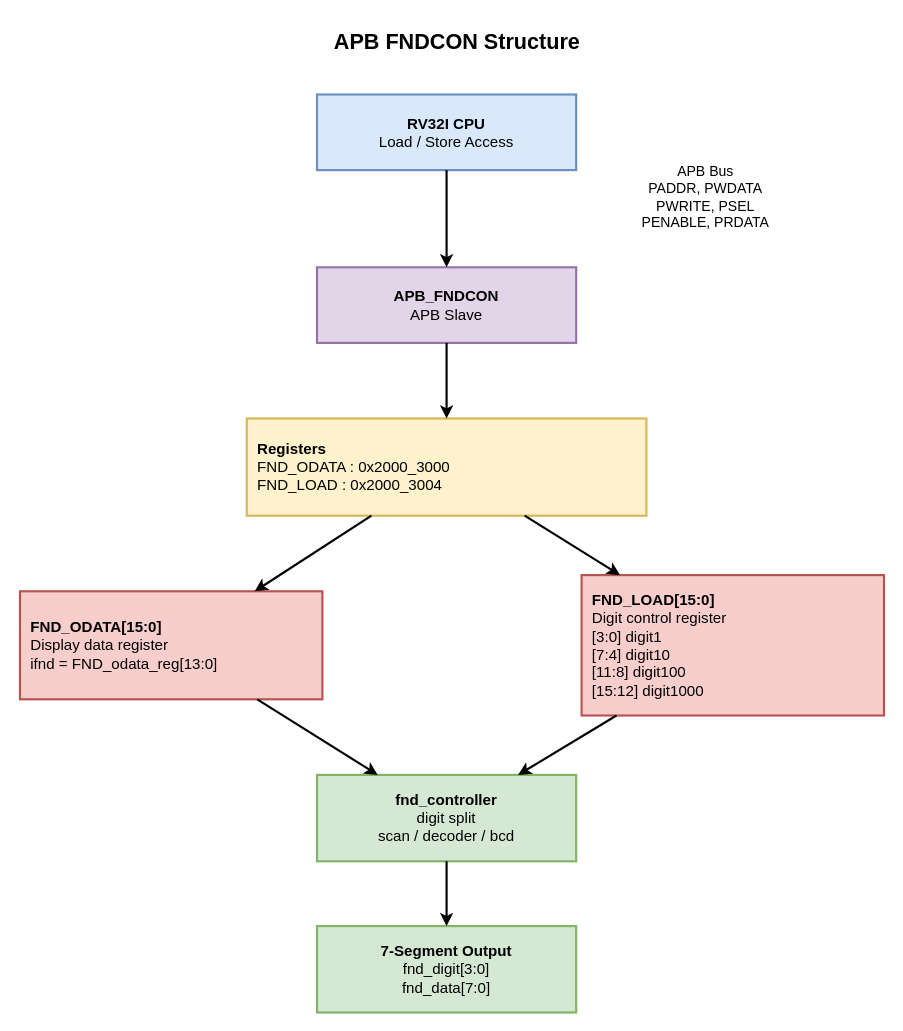
Earlier version of the draw.io diagram fnd_peripheral_block.drawio (chieftain4202/Vivado). Source tidied: cells renumbered, new cells numbered last; positions are measured from the earlier drawing's top-left corner, leaving out a move shared by most shapes. Both pictures are drawn from the tidied source at 108%, with x=0, y=0 at pixel (19, 18).
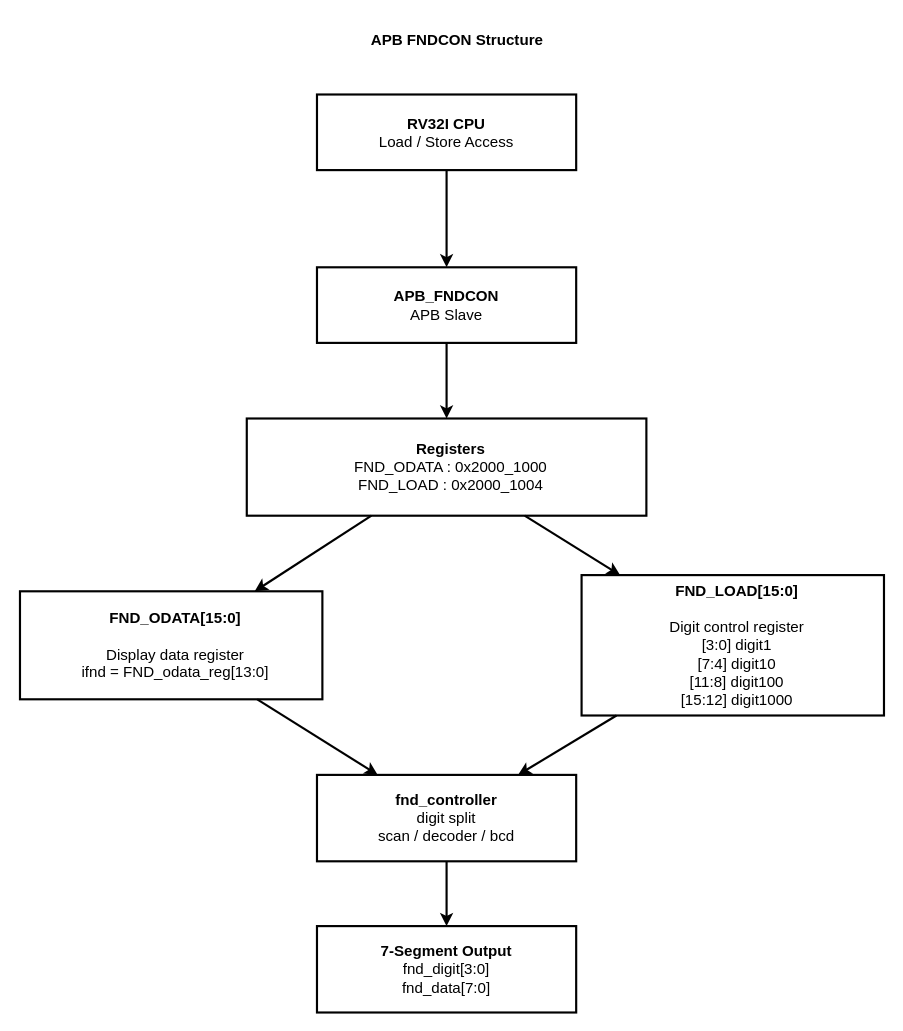
Above is the later version.

Diff of the diagram source:
```diff
@@
 <mxGraphModel>
   <root>
     <mxCell id="0" />
     <mxCell id="1" parent="0" />
-    <mxCell id="2" value="&lt;font style=&quot;font-size: 20px;&quot;&gt;&lt;b&gt;APB FNDCON Structure&lt;/b&gt;&lt;/font&gt;" style="text;html=1;strokeColor=none;fillColor=none;align=center;verticalAlign=middle;whiteSpace=wrap;rounded=0;" parent="1" vertex="1">
+    <mxCell id="2" value="&lt;font&gt;&lt;b&gt;APB FNDCON Structure&lt;/b&gt;&lt;/font&gt;" style="text;html=1;strokeColor=none;fillColor=none;align=center;verticalAlign=middle;whiteSpace=wrap;rounded=0;fontSize=14;" parent="1" vertex="1">
       <mxGeometry x="245" width="320" height="40" as="geometry" />
     </mxCell>
-    <mxCell id="3" value="&lt;b&gt;RV32I CPU&lt;/b&gt;&lt;div&gt;Load / Store Access&lt;/div&gt;" style="rounded=0;whiteSpace=wrap;html=1;strokeWidth=2;fillColor=#dae8fc;strokeColor=#6c8ebf;fontSize=14;" parent="1" vertex="1">
+    <mxCell id="3" value="&lt;b&gt;RV32I CPU&lt;/b&gt;&lt;div&gt;Load / Store Access&lt;/div&gt;" style="rounded=0;whiteSpace=wrap;html=1;strokeWidth=2;fontSize=14;align=center;" parent="1" vertex="1">
       <mxGeometry x="275" y="70" width="240" height="70" as="geometry" />
     </mxCell>
-    <mxCell id="4" value="&lt;b&gt;APB_FNDCON&lt;/b&gt;&lt;div&gt;APB Slave&lt;/div&gt;" style="rounded=0;whiteSpace=wrap;html=1;strokeWidth=2;fillColor=#e1d5e7;strokeColor=#9673a6;fontSize=14;" parent="1" vertex="1">
+    <mxCell id="4" value="&lt;b&gt;APB_FNDCON&lt;/b&gt;&lt;div&gt;APB Slave&lt;/div&gt;" style="rounded=0;whiteSpace=wrap;html=1;strokeWidth=2;fontSize=14;align=center;" parent="1" vertex="1">
       <mxGeometry x="275" y="230" width="240" height="70" as="geometry" />
     </mxCell>
-    <mxCell id="5" value="&lt;b&gt;Registers&lt;/b&gt;&lt;div&gt;FND_ODATA : 0x2000_3000&lt;/div&gt;&lt;div&gt;FND_LOAD : 0x2000_3004&lt;/div&gt;" style="rounded=0;whiteSpace=wrap;html=1;strokeWidth=2;fillColor=#fff2cc;strokeColor=#d6b656;fontSize=14;align=left;spacingLeft=8;" parent="1" vertex="1">
+    <mxCell id="5" value="&lt;b&gt;Registers&lt;/b&gt;&lt;div&gt;FND_ODATA : 0x2000_1000&lt;/div&gt;&lt;div&gt;FND_LOAD : 0x2000_1004&lt;/div&gt;" style="rounded=0;whiteSpace=wrap;html=1;strokeWidth=2;fontSize=14;align=center;spacingLeft=8;" parent="1" vertex="1">
       <mxGeometry x="210" y="370" width="370" height="90" as="geometry" />
     </mxCell>
-    <mxCell id="6" value="&lt;b&gt;FND_ODATA[15:0]&lt;/b&gt;&lt;div&gt;Display data register&lt;/div&gt;&lt;div&gt;ifnd = FND_odata_reg[13:0]&lt;/div&gt;" style="rounded=0;whiteSpace=wrap;html=1;strokeWidth=2;fillColor=#f8cecc;strokeColor=#b85450;fontSize=14;align=left;spacingLeft=8;" parent="1" vertex="1">
+    <mxCell id="6" value="&lt;b&gt;FND_ODATA[15:0]&lt;/b&gt;&lt;div&gt;&lt;b&gt;&lt;br&gt;&lt;/b&gt;&lt;div&gt;Display data register&lt;/div&gt;&lt;div&gt;ifnd = FND_odata_reg[13:0]&lt;/div&gt;&lt;/div&gt;" style="rounded=0;whiteSpace=wrap;html=1;strokeWidth=2;fontSize=14;align=center;spacingLeft=8;" parent="1" vertex="1">
       <mxGeometry y="530" width="280" height="100" as="geometry" />
     </mxCell>
-    <mxCell id="7" value="&lt;b&gt;FND_LOAD[15:0]&lt;/b&gt;&lt;div&gt;Digit control register&lt;/div&gt;&lt;div&gt;[3:0] digit1&lt;/div&gt;&lt;div&gt;[7:4] digit10&lt;/div&gt;&lt;div&gt;[11:8] digit100&lt;/div&gt;&lt;div&gt;[15:12] digit1000&lt;/div&gt;" style="rounded=0;whiteSpace=wrap;html=1;strokeWidth=2;fillColor=#f8cecc;strokeColor=#b85450;fontSize=14;align=left;spacingLeft=8;" parent="1" vertex="1">
+    <mxCell id="7" value="&lt;b&gt;FND_LOAD[15:0]&lt;/b&gt;&lt;div&gt;&lt;b&gt;&lt;br&gt;&lt;/b&gt;&lt;div&gt;Digit control register&lt;/div&gt;&lt;div&gt;[3:0] digit1&lt;/div&gt;&lt;div&gt;[7:4] digit10&lt;/div&gt;&lt;div&gt;[11:8] digit100&lt;/div&gt;&lt;div&gt;[15:12] digit1000&lt;/div&gt;&lt;/div&gt;" style="rounded=0;whiteSpace=wrap;html=1;strokeWidth=2;fontSize=14;align=center;spacingLeft=8;" parent="1" vertex="1">
       <mxGeometry x="520" y="515" width="280" height="130" as="geometry" />
     </mxCell>
-    <mxCell id="8" value="&lt;b&gt;fnd_controller&lt;/b&gt;&lt;div&gt;digit split&lt;/div&gt;&lt;div&gt;scan / decoder / bcd&lt;/div&gt;" style="rounded=0;whiteSpace=wrap;html=1;strokeWidth=2;fillColor=#d5e8d4;strokeColor=#82b366;fontSize=14;" parent="1" vertex="1">
+    <mxCell id="8" value="&lt;b&gt;fnd_controller&lt;/b&gt;&lt;div&gt;digit split&lt;/div&gt;&lt;div&gt;scan / decoder / bcd&lt;/div&gt;" style="rounded=0;whiteSpace=wrap;html=1;strokeWidth=2;fontSize=14;align=center;" parent="1" vertex="1">
       <mxGeometry x="275" y="700" width="240" height="80" as="geometry" />
     </mxCell>
-    <mxCell id="9" value="&lt;b&gt;7-Segment Output&lt;/b&gt;&lt;div&gt;fnd_digit[3:0]&lt;/div&gt;&lt;div&gt;fnd_data[7:0]&lt;/div&gt;" style="rounded=0;whiteSpace=wrap;html=1;strokeWidth=2;fillColor=#d5e8d4;strokeColor=#82b366;fontSize=14;" parent="1" vertex="1">
+    <mxCell id="9" value="&lt;b&gt;7-Segment Output&lt;/b&gt;&lt;div&gt;fnd_digit[3:0]&lt;/div&gt;&lt;div&gt;fnd_data[7:0]&lt;/div&gt;" style="rounded=0;whiteSpace=wrap;html=1;strokeWidth=2;fontSize=14;align=center;" parent="1" vertex="1">
       <mxGeometry x="275" y="840" width="240" height="80" as="geometry" />
     </mxCell>
-    <mxCell id="10" value="APB Bus&lt;div&gt;PADDR, PWDATA&lt;/div&gt;&lt;div&gt;PWRITE, PSEL&lt;/div&gt;&lt;div&gt;PENABLE, PRDATA&lt;/div&gt;" style="text;html=1;align=center;verticalAlign=middle;whiteSpace=wrap;rounded=0;fontSize=13;" parent="1" vertex="1">
-      <mxGeometry x="550" y="130" width="170" height="70" as="geometry" />
-    </mxCell>
-    <mxCell id="11" style="endArrow=classic;html=1;strokeWidth=2;" parent="1" edge="1" source="3" target="4">
+    <mxCell id="11" style="endArrow=classic;html=1;strokeWidth=2;fontSize=14;align=center;" parent="1" edge="1" source="3" target="4">
       <mxGeometry relative="1" as="geometry" />
     </mxCell>
-    <mxCell id="12" style="endArrow=classic;html=1;strokeWidth=2;" parent="1" edge="1" source="4" target="5">
+    <mxCell id="12" style="endArrow=classic;html=1;strokeWidth=2;fontSize=14;align=center;" parent="1" edge="1" source="4" target="5">
       <mxGeometry relative="1" as="geometry" />
     </mxCell>
-    <mxCell id="13" style="endArrow=classic;html=1;strokeWidth=2;" parent="1" edge="1" source="5" target="6">
+    <mxCell id="13" style="endArrow=classic;html=1;strokeWidth=2;fontSize=14;align=center;" parent="1" edge="1" source="5" target="6">
       <mxGeometry relative="1" as="geometry" />
     </mxCell>
-    <mxCell id="14" style="endArrow=classic;html=1;strokeWidth=2;" parent="1" edge="1" source="5" target="7">
+    <mxCell id="14" style="endArrow=classic;html=1;strokeWidth=2;fontSize=14;align=center;" parent="1" edge="1" source="5" target="7">
       <mxGeometry relative="1" as="geometry" />
     </mxCell>
-    <mxCell id="15" style="endArrow=classic;html=1;strokeWidth=2;" parent="1" edge="1" source="6" target="8">
+    <mxCell id="15" style="endArrow=classic;html=1;strokeWidth=2;fontSize=14;align=center;" parent="1" edge="1" source="6" target="8">
       <mxGeometry relative="1" as="geometry" />
     </mxCell>
-    <mxCell id="16" style="endArrow=classic;html=1;strokeWidth=2;" parent="1" edge="1" source="7" target="8">
+    <mxCell id="16" style="endArrow=classic;html=1;strokeWidth=2;fontSize=14;align=center;" parent="1" edge="1" source="7" target="8">
       <mxGeometry relative="1" as="geometry" />
     </mxCell>
-    <mxCell id="17" style="endArrow=classic;html=1;strokeWidth=2;" parent="1" edge="1" source="8" target="9">
+    <mxCell id="17" style="endArrow=classic;html=1;strokeWidth=2;fontSize=14;align=center;" parent="1" edge="1" source="8" target="9">
       <mxGeometry relative="1" as="geometry" />
     </mxCell>
   </root>
 </mxGraphModel>
```
